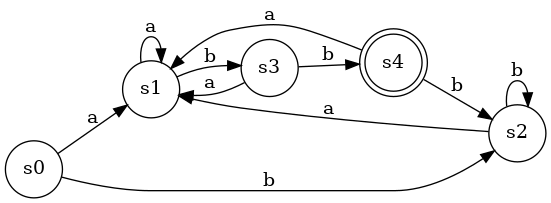
Earlier version of the Graphviz export resources/dfa1.png (nano-go/regexcv). Its source is kept beside it as resources/dfa1.dot. Its diagram source:
```dot
digraph DFA{
	rankdir=LR

	s0 [shape=circle]
	s1 [shape=circle]
	s2 [shape=circle]
	s3 [shape=circle]
	s4 [shape=doublecircle]

	s0 -> s1 [label="a"]
	s0 -> s2 [label="b"]
	s1 -> s1 [label="a"]
	s1 -> s3 [label="b"]
	s2 -> s1 [label="a"]
	s2 -> s2 [label="b"]
	s3 -> s1 [label="a"]
	s3 -> s4 [label="b"]
	s4 -> s1 [label="a"]
	s4 -> s2 [label="b"]
}
```
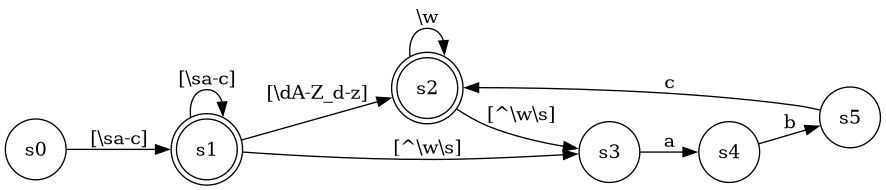
After the commit.

Change to the diagram source:
```diff
@@ -2,19 +2,19 @@
 	rankdir=LR
 
 	s0 [shape=circle]
-	s1 [shape=circle]
-	s2 [shape=circle]
+	s1 [shape=doublecircle]
+	s2 [shape=doublecircle]
 	s3 [shape=circle]
-	s4 [shape=doublecircle]
+	s4 [shape=circle]
+	s5 [shape=circle]
 
-	s0 -> s1 [label="a"]
-	s0 -> s2 [label="b"]
-	s1 -> s1 [label="a"]
-	s1 -> s3 [label="b"]
-	s2 -> s1 [label="a"]
-	s2 -> s2 [label="b"]
-	s3 -> s1 [label="a"]
-	s3 -> s4 [label="b"]
-	s4 -> s1 [label="a"]
-	s4 -> s2 [label="b"]
+	s0 -> s1 [label="[\\sa-c]"]
+	s1 -> s2 [label="[\\dA-Z_d-z]"]
+	s1 -> s3 [label="[^\\w\\s]"]
+	s1 -> s1 [label="[\\sa-c]"]
+	s2 -> s2 [label="\\w"]
+	s2 -> s3 [label="[^\\w\\s]"]
+	s3 -> s4 [label="a"]
+	s4 -> s5 [label="b"]
+	s5 -> s2 [label="c"]
 }
```
